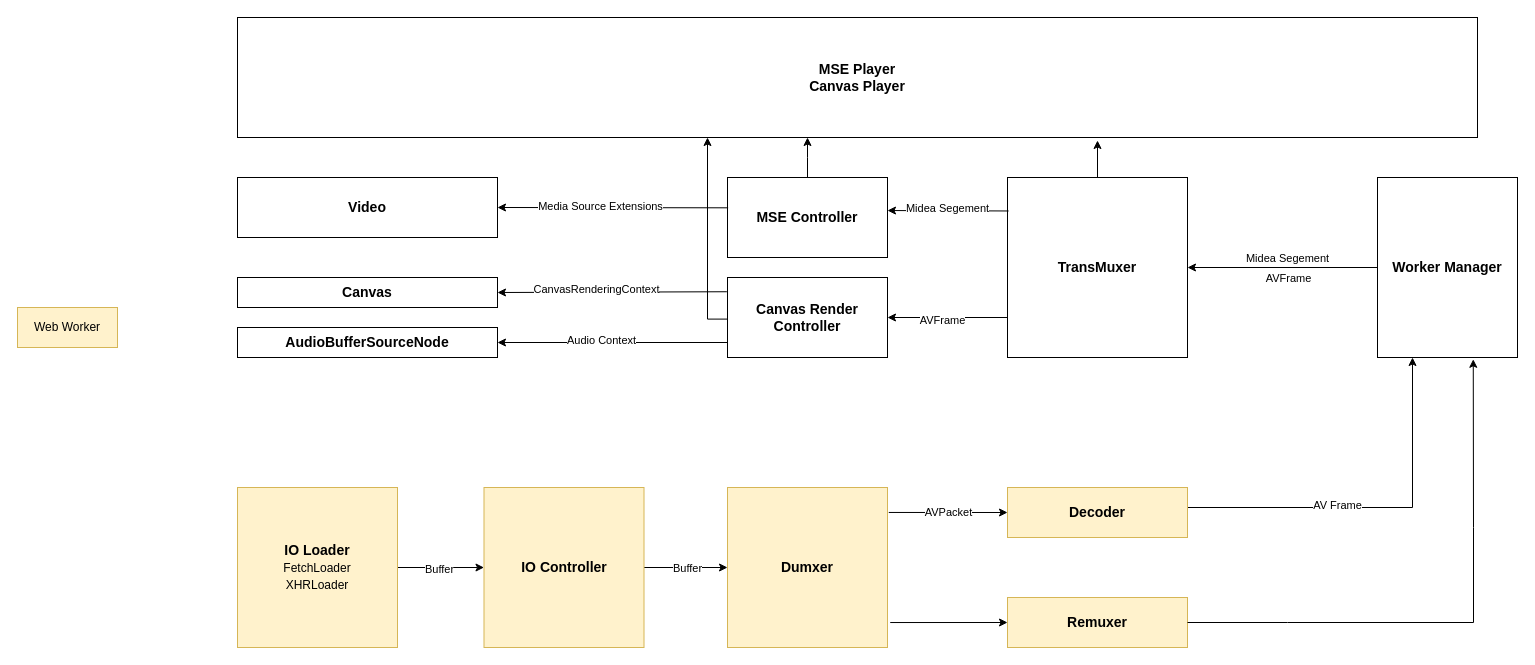
The draw.io diagram 未命名绘图.drawio in Robot-7/h265-design, before the edit. Source tidied: cells renumbered, new cells numbered last; positions are measured from the earlier drawing's top-left corner, leaving out a move shared by most shapes. Both pictures are drawn from the tidied source at 100%, with x=0, y=0 at pixel (17, 17).
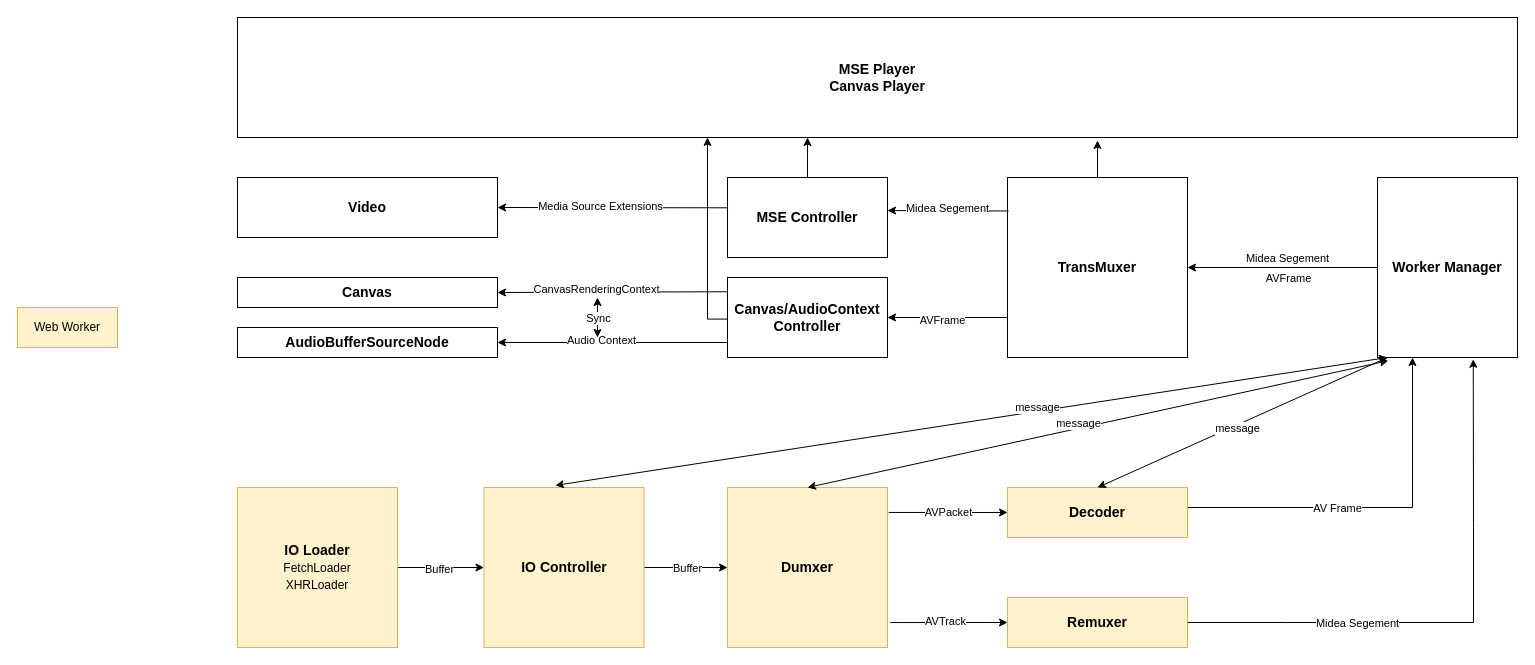
The same page after the edit.

Commit message:
更新未命名绘图.drawio

The change refers to these unchanged cells:
```xml
<mxCell id="8" value="&lt;b style=&quot;font-size: 14px;&quot;&gt;Dumxer&lt;/b&gt;" style="rounded=0;whiteSpace=wrap;html=1;fontSize=14;fillColor=#fff2cc;strokeColor=#d6b656;" parent="1" vertex="1">
  <mxGeometry x="710" y="470" width="160" height="160" as="geometry" />
</mxCell>
<mxCell id="10" style="edgeStyle=orthogonalEdgeStyle;rounded=0;jettySize=auto;html=1;fontSize=14;entryX=0.25;entryY=1;entryDx=0;entryDy=0;" parent="1" edge="1" source="12" target="40">
  <mxGeometry relative="1" as="geometry">
    <Array as="points">
      <mxPoint x="1395" y="490" />
    </Array>
  </mxGeometry>
</mxCell>
<mxCell id="12" value="&lt;b style=&quot;font-size: 14px;&quot;&gt;Decoder&lt;/b&gt;" style="rounded=0;whiteSpace=wrap;html=1;fontSize=14;fillColor=#fff2cc;strokeColor=#d6b656;" parent="1" vertex="1">
  <mxGeometry x="990" y="470" width="180" height="50" as="geometry" />
</mxCell>
<mxCell id="21" value="&lt;b style=&quot;font-size: 14px;&quot;&gt;IO Controller&lt;/b&gt;" style="rounded=0;whiteSpace=wrap;html=1;fontSize=14;fillColor=#fff2cc;strokeColor=#d6b656;" parent="1" vertex="1">
  <mxGeometry x="466.5" y="470" width="160" height="160" as="geometry" />
</mxCell>
<mxCell id="24" style="endArrow=classic;html=1;rounded=0;entryX=0;entryY=0.5;entryDx=0;entryDy=0;exitX=1.017;exitY=0.844;exitDx=0;exitDy=0;exitPerimeter=0;fontSize=14;" parent="1" edge="1" source="8" target="9">
  <mxGeometry relative="1" as="geometry" />
</mxCell>
<mxCell id="25" style="endArrow=classic;html=1;rounded=0;entryX=0.684;entryY=1.01;entryDx=0;entryDy=0;fontSize=14;exitX=1;exitY=0.5;exitDx=0;exitDy=0;entryPerimeter=0;" parent="1" edge="1" source="9" target="40">
  <mxGeometry relative="1" as="geometry">
    <Array as="points">
      <mxPoint x="1270" y="605" />
      <mxPoint x="1456" y="605" />
      <mxPoint x="1456" y="510" />
    </Array>
  </mxGeometry>
</mxCell>
<mxCell id="40" value="Worker Manager" style="rounded=0;whiteSpace=wrap;html=1;fontStyle=1;fontSize=14;" parent="1" vertex="1">
  <mxGeometry x="1360" y="160" width="140" height="180" as="geometry" />
</mxCell>
```

Change to the diagram source:
```diff
@@
     <mxCell id="2" value="&lt;b style=&quot;font-size: 14px;&quot;&gt;MSE Player&lt;br style=&quot;font-size: 14px;&quot;&gt;Canvas Player&lt;/b&gt;" style="rounded=0;whiteSpace=wrap;html=1;fontSize=14;" parent="1" vertex="1">
-      <mxGeometry x="220" width="1240" height="120" as="geometry" />
+      <mxGeometry x="220" width="1280" height="120" as="geometry" />
     </mxCell>
@@
-    <mxCell id="7" value="&lt;b style=&quot;font-size: 14px;&quot;&gt;Canvas Render Controller&lt;/b&gt;" style="rounded=0;whiteSpace=wrap;html=1;fontSize=14;" parent="1" vertex="1">
+    <mxCell id="7" value="&lt;b style=&quot;font-size: 14px;&quot;&gt;Canvas/AudioContext Controller&lt;/b&gt;" style="rounded=0;whiteSpace=wrap;html=1;fontSize=14;" parent="1" vertex="1">
       <mxGeometry x="710" y="260" width="160" height="80" as="geometry" />
     </mxCell>
@@
     <mxCell id="11" value="AV Frame" style="edgeLabel;html=1;align=center;verticalAlign=middle;" parent="10" vertex="1">
       <mxGeometry x="0.03" y="4" relative="1" as="geometry">
-        <mxPoint x="-44" y="1" as="offset" />
+        <mxPoint x="-44" y="4" as="offset" />
       </mxGeometry>
     </mxCell>
@@
+    <mxCell id="42" value="AVTrack" style="edgeLabel;html=1;align=center;verticalAlign=middle;" parent="24" vertex="1">
+      <mxGeometry x="-0.06" y="2" relative="1" as="geometry" />
+    </mxCell>
@@
+    <mxCell id="43" value="Midea Segement" style="edgeLabel;html=1;align=center;verticalAlign=middle;" parent="25" vertex="1">
+      <mxGeometry x="-0.49" y="1" relative="1" as="geometry">
+        <mxPoint x="29" y="1" as="offset" />
+      </mxGeometry>
+    </mxCell>
@@
+    <mxCell id="44" style="endArrow=classic;startArrow=classic;html=1;rounded=0;" parent="1" edge="1">
+      <mxGeometry relative="1" as="geometry">
+        <mxPoint x="580" y="320" as="sourcePoint" />
+        <mxPoint x="580" y="280" as="targetPoint" />
+      </mxGeometry>
+    </mxCell>
+    <mxCell id="45" value="Sync" style="edgeLabel;html=1;align=center;verticalAlign=middle;" parent="44" vertex="1">
+      <mxGeometry x="-0.02" relative="1" as="geometry" />
+    </mxCell>
+    <mxCell id="46" style="endArrow=classic;startArrow=classic;html=1;rounded=0;entryX=0.077;entryY=1.018;entryDx=0;entryDy=0;entryPerimeter=0;exitX=0.5;exitY=0;exitDx=0;exitDy=0;" parent="1" edge="1" source="8" target="40">
+      <mxGeometry relative="1" as="geometry" />
+    </mxCell>
+    <mxCell id="47" style="endArrow=classic;startArrow=classic;html=1;rounded=0;exitX=0.446;exitY=-0.013;exitDx=0;exitDy=0;exitPerimeter=0;" parent="1" edge="1" source="21">
+      <mxGeometry relative="1" as="geometry">
+        <mxPoint x="1370" y="340" as="targetPoint" />
+      </mxGeometry>
+    </mxCell>
+    <mxCell id="48" value="message" style="edgeLabel;html=1;align=center;verticalAlign=middle;" parent="47" vertex="1">
+      <mxGeometry x="0.16" y="4" relative="1" as="geometry" />
+    </mxCell>
+    <mxCell id="49" value="message" style="edgeLabel;html=1;align=center;verticalAlign=middle;" parent="1" vertex="1">
+      <mxGeometry x="1028.7" y="400" as="geometry">
+        <mxPoint x="32" y="5" as="offset" />
+      </mxGeometry>
+    </mxCell>
+    <mxCell id="50" style="endArrow=classic;startArrow=classic;html=1;rounded=0;exitX=0.5;exitY=0;exitDx=0;exitDy=0;" parent="1" edge="1" source="12">
+      <mxGeometry relative="1" as="geometry">
+        <mxPoint x="1370" y="340" as="targetPoint" />
+      </mxGeometry>
+    </mxCell>
+    <mxCell id="51" value="message" style="edgeLabel;html=1;align=center;verticalAlign=middle;" parent="50" vertex="1">
+      <mxGeometry x="-0.05" y="-3" relative="1" as="geometry" />
+    </mxCell>
```
